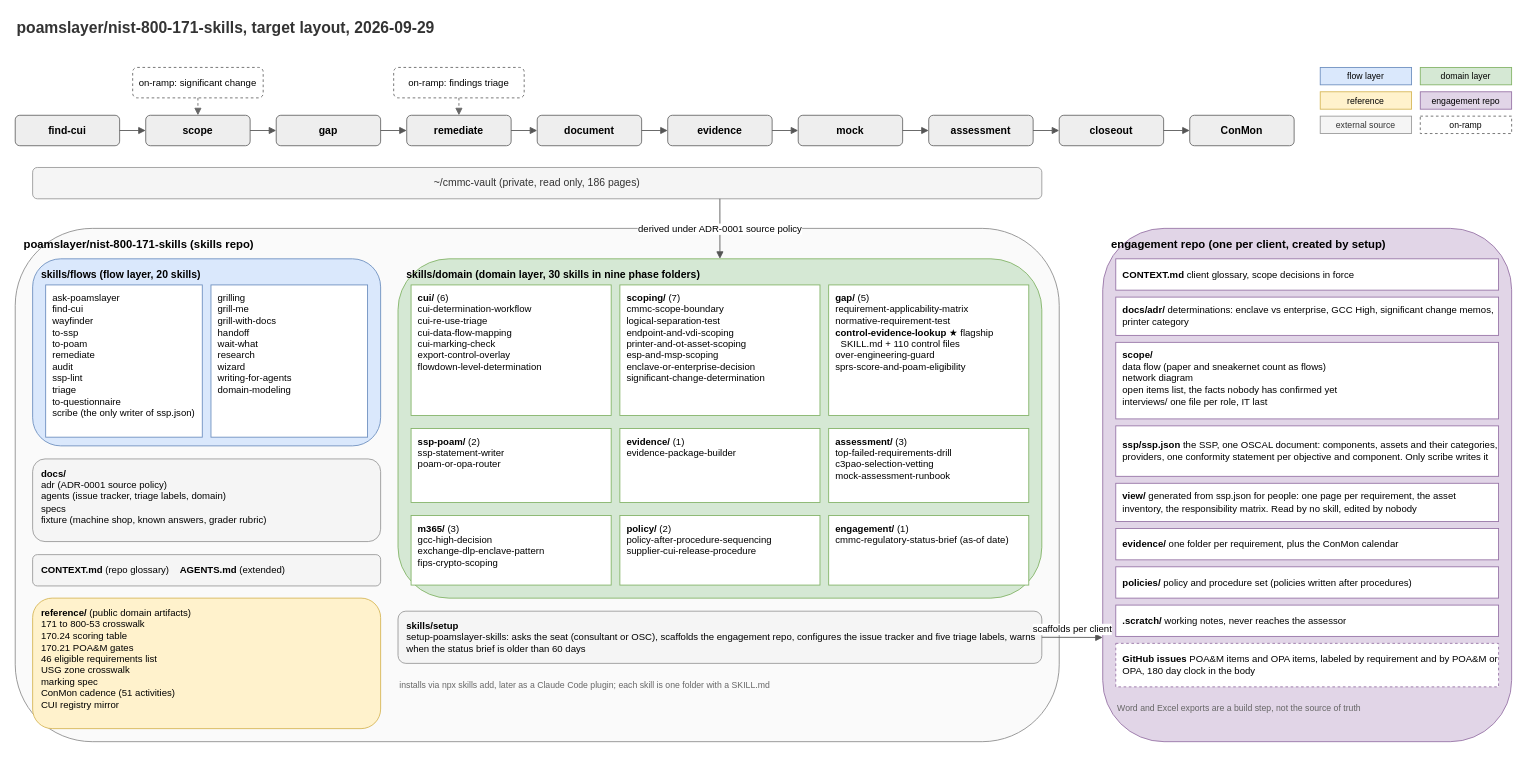
poamslayer/cmmcslayer keeps this draw.io diagram as docs/diagrams/target-layout.drawio. Above is the earlier version. Source tidied: cells renumbered, new cells numbered last; positions are measured from the earlier drawing's top-left corner, leaving out a move shared by most shapes. Both pictures are drawn from the tidied source at 87%, with x=0, y=0 at pixel (15, 15).
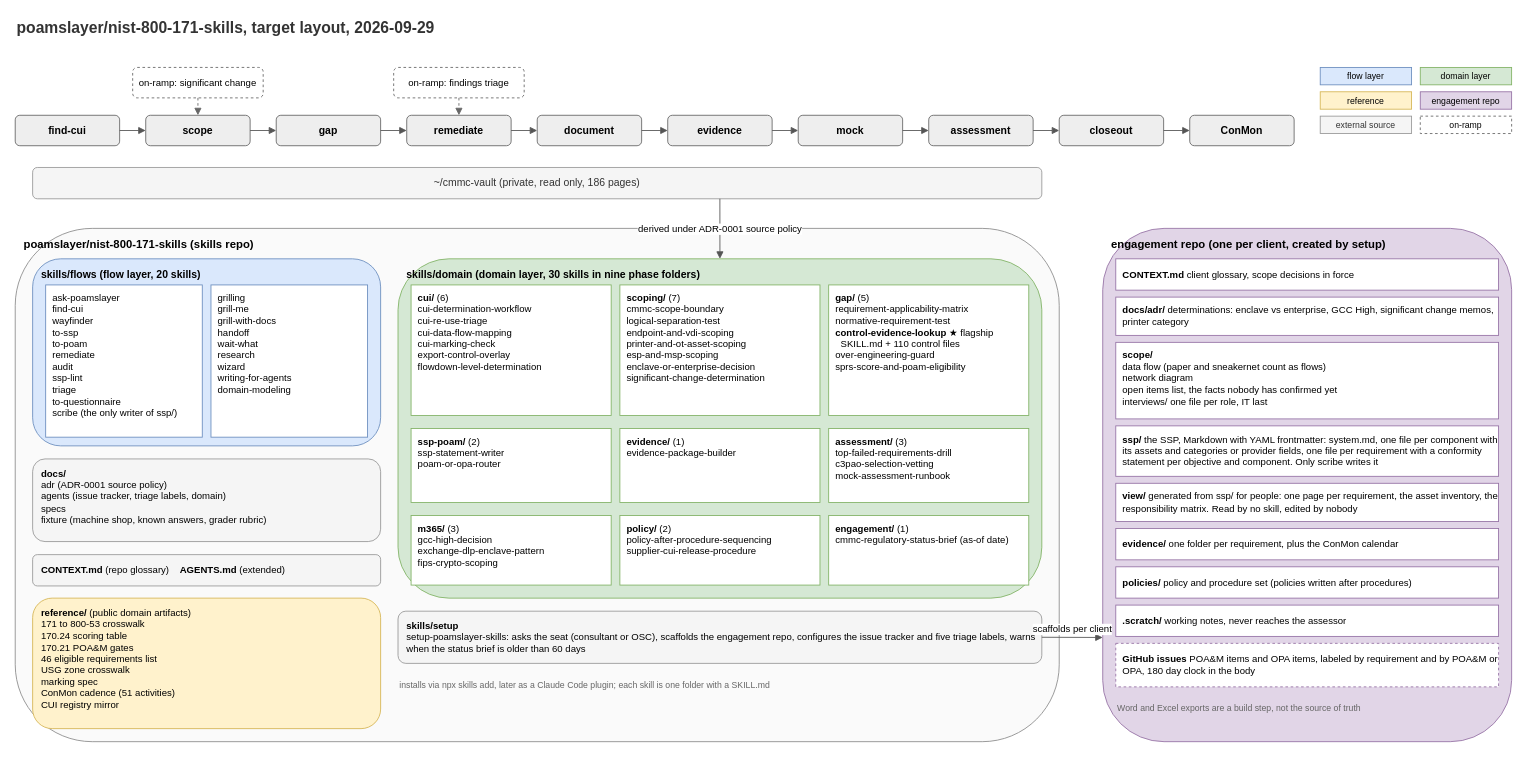
After the change.

What changed in the source:
```diff
@@
-    <mxCell id="35" value="ask-poamslayer&lt;br&gt;find-cui&lt;br&gt;wayfinder&lt;br&gt;to-ssp&lt;br&gt;to-poam&lt;br&gt;remediate&lt;br&gt;audit&lt;br&gt;ssp-lint&lt;br&gt;triage&lt;br&gt;to-questionnaire&lt;br&gt;scribe (the only writer of ssp.json)" style="rounded=0;whiteSpace=wrap;html=1;align=left;verticalAlign=top;fontSize=11;spacingLeft=6;spacingTop=2;fillColor=#ffffff;strokeColor=#6c8ebf;" parent="1" vertex="1">
+    <mxCell id="35" value="ask-poamslayer&lt;br&gt;find-cui&lt;br&gt;wayfinder&lt;br&gt;to-ssp&lt;br&gt;to-poam&lt;br&gt;remediate&lt;br&gt;audit&lt;br&gt;ssp-lint&lt;br&gt;triage&lt;br&gt;to-questionnaire&lt;br&gt;scribe (the only writer of ssp/)" style="rounded=0;whiteSpace=wrap;html=1;align=left;verticalAlign=top;fontSize=11;spacingLeft=6;spacingTop=2;fillColor=#ffffff;strokeColor=#6c8ebf;" parent="1" vertex="1">
       <mxGeometry x="35" y="310" width="180" height="175" as="geometry" />
     </mxCell>
@@
-    <mxCell id="57" value="&lt;b&gt;ssp/ssp.json&lt;/b&gt; the SSP, one OSCAL document: components, assets and their categories, providers, one conformity statement per objective and component. Only scribe writes it" style="rounded=0;whiteSpace=wrap;html=1;align=left;verticalAlign=middle;fontSize=11;spacingLeft=6;fillColor=#ffffff;strokeColor=#9673a6;" parent="1" vertex="1">
+    <mxCell id="57" value="&lt;b&gt;ssp/&lt;/b&gt; the SSP, Markdown with YAML frontmatter: system.md, one file per component with its assets and categories or provider fields, one file per requirement with a conformity statement per objective and component. Only scribe writes it" style="rounded=0;whiteSpace=wrap;html=1;align=left;verticalAlign=middle;fontSize=11;spacingLeft=6;fillColor=#ffffff;strokeColor=#9673a6;" parent="1" vertex="1">
       <mxGeometry x="1265" y="472" width="440" height="58" as="geometry" />
     </mxCell>
-    <mxCell id="58" value="&lt;b&gt;view/&lt;/b&gt; generated from ssp.json for people: one page per requirement, the asset inventory, the responsibility matrix. Read by no skill, edited by nobody" style="rounded=0;whiteSpace=wrap;html=1;align=left;verticalAlign=middle;fontSize=11;spacingLeft=6;fillColor=#ffffff;strokeColor=#9673a6;" parent="1" vertex="1">
+    <mxCell id="58" value="&lt;b&gt;view/&lt;/b&gt; generated from ssp/ for people: one page per requirement, the asset inventory, the responsibility matrix. Read by no skill, edited by nobody" style="rounded=0;whiteSpace=wrap;html=1;align=left;verticalAlign=middle;fontSize=11;spacingLeft=6;fillColor=#ffffff;strokeColor=#9673a6;" parent="1" vertex="1">
       <mxGeometry x="1265" y="538" width="440" height="44" as="geometry" />
     </mxCell>
```
